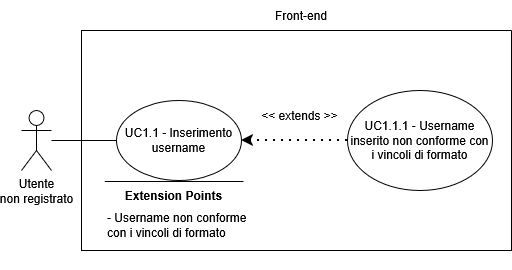
The draw.io diagram assets/diagrams/UC1_1.png in SkarabGroup/DocumentazioneProgetto, before a commit. Source tidied: cells renumbered, new cells last; positions are measured from the earlier drawing's top-left corner, leaving out a move shared by most shapes.
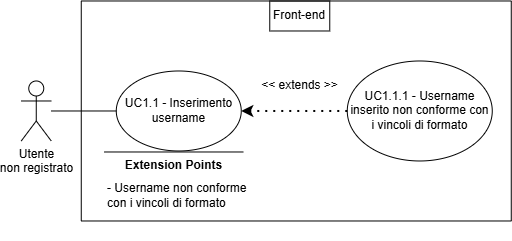
Above is the later version.

What changed in the source:
```diff
@@ -5,38 +5,38 @@
     <mxCell id="2" value="&lt;div&gt;Utente&lt;/div&gt;&lt;div&gt;non registrato&lt;/div&gt;" style="shape=umlActor;verticalLabelPosition=bottom;verticalAlign=top;html=1;outlineConnect=0;" parent="1" vertex="1">
       <mxGeometry y="110" width="30" height="60" as="geometry" />
     </mxCell>
-    <mxCell id="3" style="swimlane;startSize=0;" parent="1" vertex="1">
-      <mxGeometry x="60" y="30" width="430" height="220" as="geometry" />
-    </mxCell>
+    <mxCell id="13" style="swimlane;startSize=0;" parent="1" vertex="1">
+      <mxGeometry x="60" y="30" width="430" height="220" as="geometry" />
+    </mxCell>
-    <mxCell id="4" value="&lt;div&gt;UC1.1 - Inserimento username&lt;/div&gt;" style="ellipse;whiteSpace=wrap;html=1;" parent="3" vertex="1">
+    <mxCell id="4" value="&lt;div&gt;UC1.1 - Inserimento username&lt;/div&gt;" style="ellipse;whiteSpace=wrap;html=1;" parent="13" vertex="1">
       <mxGeometry x="35" y="70" width="125" height="80" as="geometry" />
     </mxCell>
-    <mxCell id="5" value="UC1.1.1 - Username inserito non conforme con i vincoli di formato" style="ellipse;whiteSpace=wrap;html=1;" parent="3" vertex="1">
+    <mxCell id="5" value="UC1.1.1 - Username inserito non conforme con i vincoli di formato" style="ellipse;whiteSpace=wrap;html=1;" parent="13" vertex="1">
       <mxGeometry x="266" y="60" width="145" height="100" as="geometry" />
     </mxCell>
-    <mxCell id="6" style="endArrow=classic;dashed=1;html=1;dashPattern=1 3;strokeWidth=2;rounded=0;entryX=1;entryY=0.5;entryDx=0;entryDy=0;exitX=0;exitY=0.5;exitDx=0;exitDy=0;strokeColor=default;curved=0;endFill=1;endSize=6;" parent="3" edge="1" source="5" target="4">
+    <mxCell id="6" style="endArrow=classic;dashed=1;html=1;dashPattern=1 3;strokeWidth=2;rounded=0;entryX=1;entryY=0.5;entryDx=0;entryDy=0;exitX=0;exitY=0.5;exitDx=0;exitDy=0;strokeColor=default;curved=0;endFill=1;endSize=6;" parent="13" edge="1" source="5" target="4">
       <mxGeometry relative="1" as="geometry" />
     </mxCell>
-    <mxCell id="7" value="&lt;div&gt;&amp;lt;&amp;lt; extends &amp;gt;&amp;gt;&lt;/div&gt;" style="text;html=1;whiteSpace=wrap;strokeColor=none;fillColor=none;align=center;verticalAlign=middle;rounded=0;" parent="3" vertex="1">
+    <mxCell id="7" value="&lt;div&gt;&amp;lt;&amp;lt; extends &amp;gt;&amp;gt;&lt;/div&gt;" style="text;html=1;whiteSpace=wrap;strokeColor=none;fillColor=none;align=center;verticalAlign=middle;rounded=0;" parent="13" vertex="1">
       <mxGeometry x="171" y="70" width="95" height="30" as="geometry" />
     </mxCell>
-    <mxCell id="8" style="endArrow=none;html=1;rounded=0;" parent="3" edge="1">
-      <mxGeometry relative="1" as="geometry">
-        <mxPoint x="162" y="151" as="sourcePoint" />
-        <mxPoint x="23.2" y="151" as="targetPoint" />
-      </mxGeometry>
-    </mxCell>
+    <mxCell id="14" style="endArrow=none;html=1;rounded=0;" parent="13" edge="1">
+      <mxGeometry relative="1" as="geometry">
+        <mxPoint x="162" y="151" as="sourcePoint" />
+        <mxPoint x="23.2" y="151" as="targetPoint" />
+      </mxGeometry>
+    </mxCell>
-    <mxCell id="9" value="&lt;b&gt;Extension Points&lt;/b&gt;" style="text;html=1;whiteSpace=wrap;strokeColor=none;fillColor=none;align=center;verticalAlign=middle;rounded=0;strokeWidth=5;" parent="3" vertex="1">
+    <mxCell id="9" value="&lt;b&gt;Extension Points&lt;/b&gt;" style="text;html=1;whiteSpace=wrap;strokeColor=none;fillColor=none;align=center;verticalAlign=middle;rounded=0;strokeWidth=5;" parent="13" vertex="1">
       <mxGeometry x="35" y="150" width="115" height="30" as="geometry" />
     </mxCell>
-    <mxCell id="10" value="&lt;div align=&quot;left&quot;&gt;- Username non conforme con i vincoli di formato&lt;/div&gt;" style="text;html=1;whiteSpace=wrap;strokeColor=none;fillColor=none;align=left;verticalAlign=middle;rounded=0;" parent="3" vertex="1">
+    <mxCell id="10" value="&lt;div align=&quot;left&quot;&gt;- Username non conforme con i vincoli di formato&lt;/div&gt;" style="text;html=1;whiteSpace=wrap;strokeColor=none;fillColor=none;align=left;verticalAlign=middle;rounded=0;" parent="13" vertex="1">
       <mxGeometry x="24" y="150" width="147" height="90" as="geometry" />
     </mxCell>
+    <mxCell id="12" value="Front-end" style="text;html=1;whiteSpace=wrap;strokeColor=default;fillColor=none;align=center;verticalAlign=middle;rounded=0;perimeterSpacing=1;" parent="13" vertex="1">
+      <mxGeometry x="188.5" width="60" height="30" as="geometry" />
+    </mxCell>
     <mxCell id="11" style="endArrow=none;html=1;rounded=0;entryX=0;entryY=0.5;entryDx=0;entryDy=0;" parent="1" edge="1" source="2" target="4">
       <mxGeometry relative="1" as="geometry" />
     </mxCell>
-    <mxCell id="12" value="Front-end" style="text;html=1;whiteSpace=wrap;strokeColor=none;fillColor=none;align=center;verticalAlign=middle;rounded=0;" parent="1" vertex="1">
-      <mxGeometry x="250" width="60" height="30" as="geometry" />
-    </mxCell>
   </root>
 </mxGraphModel>
```
